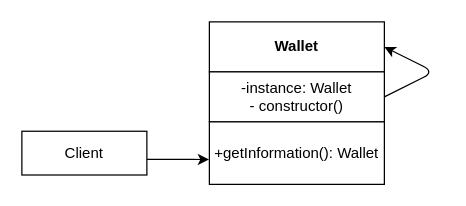
The draw.io diagram 1_creational/singleton.drawio in plnnsimon/patterns, before the edit. Source tidied: cells renumbered, new cells numbered last; positions are measured from the earlier drawing's top-left corner, leaving out a move shared by most shapes. Both pictures are drawn from the tidied source at 125%, with x=0, y=0 at pixel (21, 21).
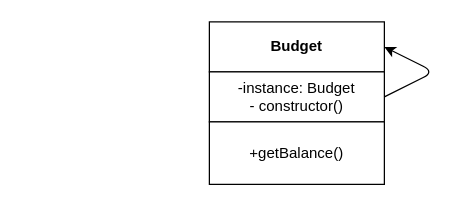
The same page after the edit.

The edit, as a diff of the source:
```diff
@@
 <mxGraphModel>
   <root>
     <mxCell id="0" />
     <mxCell id="1" parent="0" />
-    <mxCell id="2" value="&lt;b&gt;Wallet&lt;/b&gt;" style="rounded=0;whiteSpace=wrap;html=1;" parent="1" vertex="1">
+    <mxCell id="2" value="&lt;b&gt;Budget&lt;/b&gt;" style="rounded=0;whiteSpace=wrap;html=1;" parent="1" vertex="1">
       <mxGeometry x="150" width="140" height="40" as="geometry" />
     </mxCell>
-    <mxCell id="3" value="-instance: Wallet&lt;br&gt;- constructor()" style="rounded=0;whiteSpace=wrap;html=1;" parent="1" vertex="1">
+    <mxCell id="3" value="-instance: Budget&lt;br&gt;- constructor()" style="rounded=0;whiteSpace=wrap;html=1;" parent="1" vertex="1">
       <mxGeometry x="150" y="40" width="140" height="40" as="geometry" />
     </mxCell>
-    <mxCell id="4" value="+getInformation(): Wallet" style="rounded=0;whiteSpace=wrap;html=1;" parent="1" vertex="1">
+    <mxCell id="4" value="+getBalance()" style="rounded=0;whiteSpace=wrap;html=1;" parent="1" vertex="1">
       <mxGeometry x="150" y="80" width="140" height="50" as="geometry" />
     </mxCell>
     <mxCell id="5" style="endArrow=classic;html=1;exitX=1;exitY=0.5;exitDx=0;exitDy=0;entryX=1;entryY=0.5;entryDx=0;entryDy=0;" parent="1" edge="1" source="3" target="2">
       <mxGeometry relative="1" as="geometry">
         <Array as="points">
           <mxPoint x="330" y="40" />
         </Array>
       </mxGeometry>
     </mxCell>
-    <mxCell id="6" value="Client" style="rounded=0;whiteSpace=wrap;html=1;" parent="1" vertex="1">
-      <mxGeometry y="87.5" width="100" height="35" as="geometry" />
-    </mxCell>
-    <mxCell id="7" style="endArrow=classic;html=1;entryX=-0.002;entryY=0.603;entryDx=0;entryDy=0;entryPerimeter=0;" parent="1" edge="1" target="4">
-      <mxGeometry relative="1" as="geometry">
-        <mxPoint x="100" y="110" as="sourcePoint" />
-        <Array as="points">
-          <mxPoint x="130" y="110" />
-        </Array>
-      </mxGeometry>
-    </mxCell>
   </root>
 </mxGraphModel>
```
